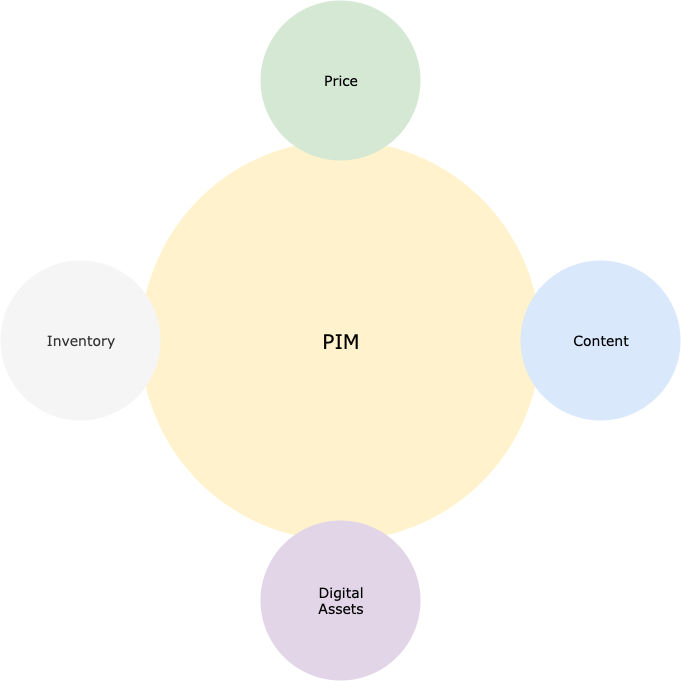
renatoaguimaraes/ecommerce-pim keeps this draw.io diagram as pim.png. Above is the earlier version. Source tidied: cells renumbered, new cells last; positions are measured from the earlier drawing's top-left corner, leaving out a move shared by most shapes.
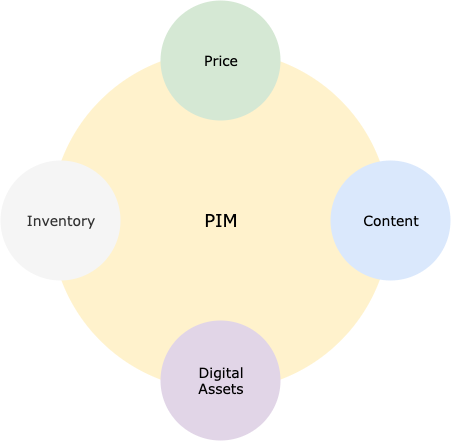
After the commit.

Change to the diagram source:
```diff
@@ -2,20 +2,20 @@
   <root>
     <mxCell id="0" />
     <mxCell id="1" parent="0" />
-    <mxCell id="2" value="PIM" style="ellipse;whiteSpace=wrap;html=1;rounded=0;shadow=0;dashed=0;comic=0;fontFamily=Verdana;fontSize=20;fillColor=#fff2cc;strokeColor=none;" parent="1" vertex="1">
-      <mxGeometry x="140" y="140" width="400" height="400" as="geometry" />
+    <mxCell id="2" value="PIM" style="ellipse;whiteSpace=wrap;html=1;rounded=0;shadow=0;dashed=0;comic=0;fontFamily=Verdana;fontSize=18;fillColor=#fff2cc;strokeColor=none;" parent="1" vertex="1">
+      <mxGeometry x="170" y="170" width="340" height="340" as="geometry" />
     </mxCell>
     <mxCell id="3" value="Price" style="ellipse;whiteSpace=wrap;html=1;rounded=0;shadow=0;dashed=0;comic=0;fontFamily=Verdana;fontSize=14;fillColor=#d5e8d4;strokeColor=none;" parent="1" vertex="1">
-      <mxGeometry x="260" width="160" height="160" as="geometry" />
+      <mxGeometry x="280" y="120" width="120" height="120" as="geometry" />
     </mxCell>
     <mxCell id="4" value="Digital&lt;br style=&quot;font-size: 14px;&quot;&gt;Assets" style="ellipse;whiteSpace=wrap;html=1;rounded=0;shadow=0;dashed=0;comic=0;fontFamily=Verdana;fontSize=14;fillColor=#e1d5e7;strokeColor=none;" parent="1" vertex="1">
-      <mxGeometry x="260" y="520" width="160" height="160" as="geometry" />
+      <mxGeometry x="280" y="440" width="120" height="120" as="geometry" />
     </mxCell>
     <mxCell id="5" value="Content" style="ellipse;whiteSpace=wrap;html=1;rounded=0;shadow=0;dashed=0;comic=0;fontFamily=Verdana;fontSize=14;fillColor=#dae8fc;strokeColor=none;" parent="1" vertex="1">
-      <mxGeometry x="520" y="260" width="160" height="160" as="geometry" />
+      <mxGeometry x="450" y="280" width="120" height="120" as="geometry" />
     </mxCell>
     <mxCell id="6" value="Inventory" style="ellipse;whiteSpace=wrap;html=1;rounded=0;shadow=0;dashed=0;comic=0;fontFamily=Verdana;fontSize=14;fillColor=#f5f5f5;strokeColor=none;fontColor=#333333;" parent="1" vertex="1">
-      <mxGeometry y="260" width="160" height="160" as="geometry" />
+      <mxGeometry x="120" y="280" width="120" height="120" as="geometry" />
     </mxCell>
   </root>
 </mxGraphModel>
```
